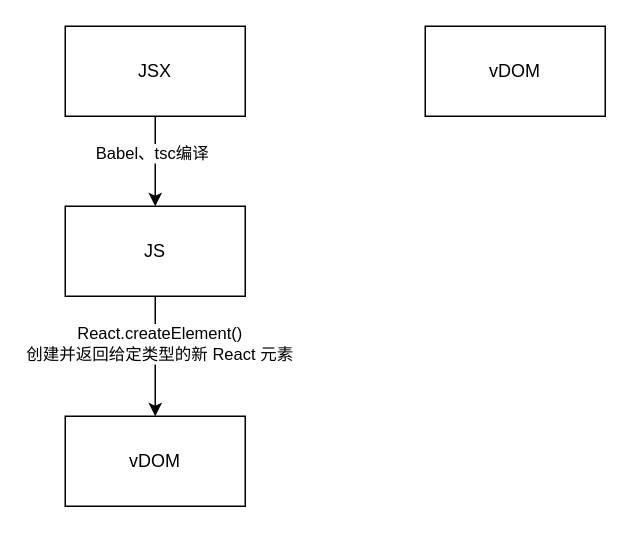
qqqqqcy/processon keeps this draw.io diagram as React.drawio. Above is the earlier version. Source tidied: cells renumbered, new cells numbered last; positions are measured from the earlier drawing's top-left corner, leaving out a move shared by most shapes. Both pictures are drawn from the tidied source at 150%, with x=0, y=0 at pixel (64, 26).
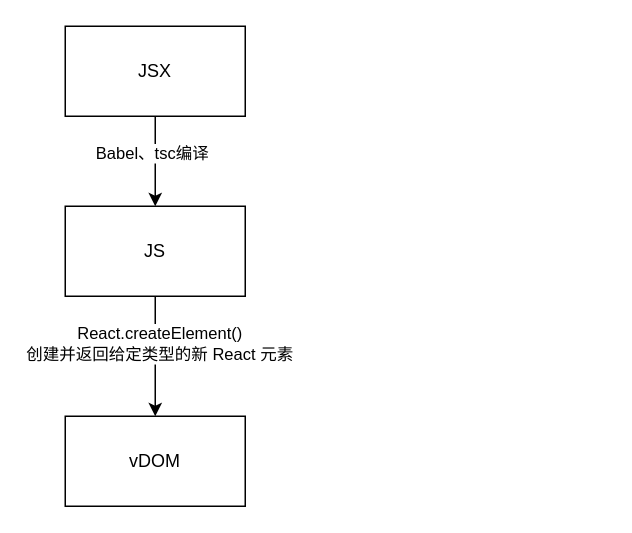
After the change.

Change to the diagram source:
```diff
@@
 <mxGraphModel>
   <root>
     <mxCell id="0" />
     <mxCell id="1" parent="0" />
     <mxCell id="2" style="edgeStyle=orthogonalEdgeStyle;rounded=0;jettySize=auto;html=1;entryX=0.5;entryY=0;entryDx=0;entryDy=0;" parent="1" edge="1" source="4" target="7">
       <mxGeometry relative="1" as="geometry" />
     </mxCell>
     <mxCell id="3" value="&lt;div&gt;&lt;span style=&quot;font-size: 11px;&quot;&gt;Babel、tsc编译&lt;/span&gt;&lt;br&gt;&lt;/div&gt;" style="edgeLabel;html=1;align=center;verticalAlign=middle;" parent="2" vertex="1">
       <mxGeometry x="-0.2" y="-3" relative="1" as="geometry" />
     </mxCell>
     <mxCell id="4" value="JSX" style="rounded=0;whiteSpace=wrap;html=1;" parent="1" vertex="1">
       <mxGeometry width="120" height="60" as="geometry" />
     </mxCell>
     <mxCell id="5" style="edgeStyle=orthogonalEdgeStyle;rounded=0;jettySize=auto;html=1;" parent="1" edge="1" source="7" target="8">
       <mxGeometry relative="1" as="geometry" />
     </mxCell>
     <mxCell id="6" value="React.createElement()&lt;br&gt;创建并返回给定类型的新 React 元素" style="edgeLabel;html=1;align=center;verticalAlign=middle;" parent="5" vertex="1">
       <mxGeometry x="-0.23" y="2" relative="1" as="geometry" />
     </mxCell>
     <mxCell id="7" value="JS" style="rounded=0;whiteSpace=wrap;html=1;" parent="1" vertex="1">
       <mxGeometry y="120" width="120" height="60" as="geometry" />
     </mxCell>
     <mxCell id="8" value="vDOM" style="rounded=0;whiteSpace=wrap;html=1;" parent="1" vertex="1">
       <mxGeometry y="260" width="120" height="60" as="geometry" />
     </mxCell>
-    <mxCell id="9" value="vDOM" style="rounded=0;whiteSpace=wrap;html=1;" parent="1" vertex="1">
-      <mxGeometry x="240" width="120" height="60" as="geometry" />
-    </mxCell>
   </root>
 </mxGraphModel>
```
